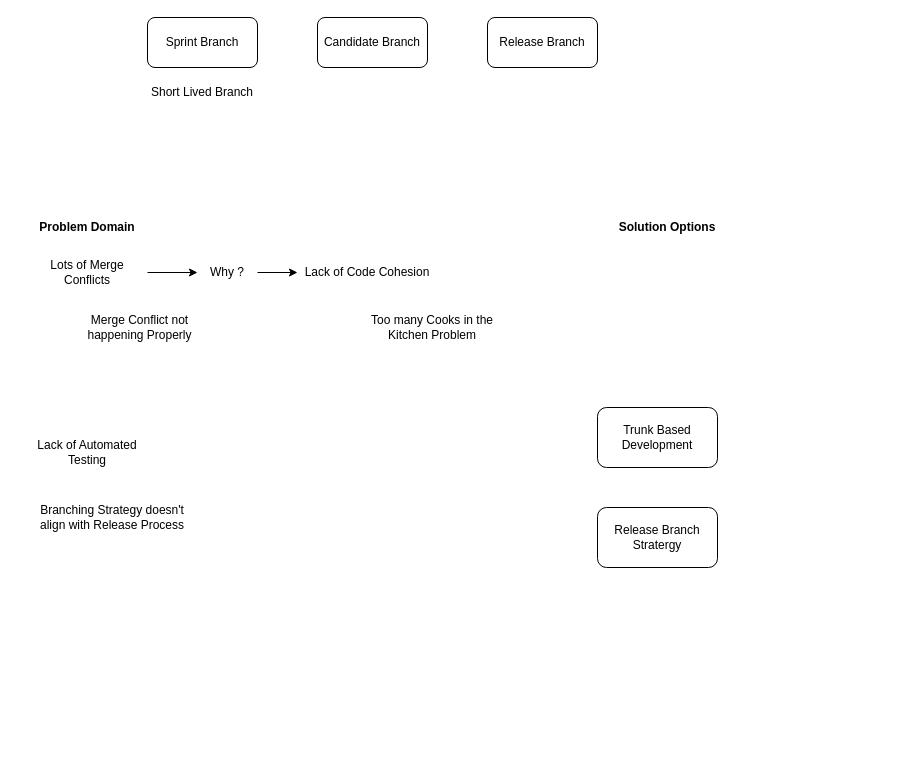
Earlier version of the draw.io diagram page "UI Branching" (5 of 5) of kroger.drawio (aayush-tuladhar-kr/drawio). Source tidied: cells renumbered, new cells numbered last; positions are measured from the earlier drawing's top-left corner, leaving out a move shared by most shapes. Both pictures are drawn from the tidied source at 100%, with x=0, y=0 at pixel (27, 17).
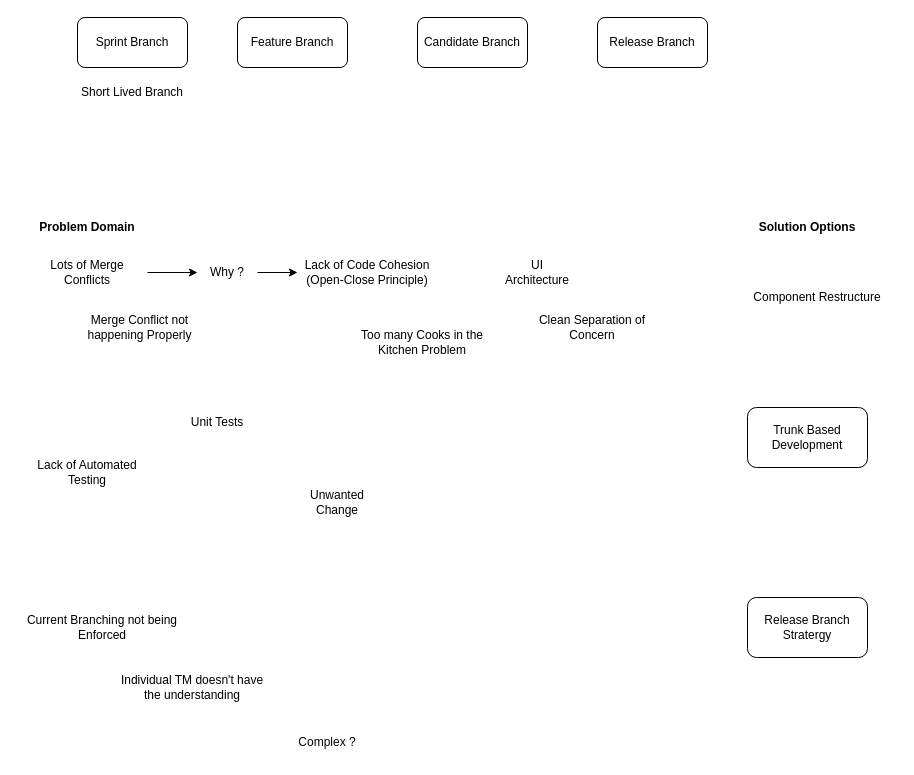
Above is the later version.

What changed in the source:
```diff
@@
     <mxCell id="2" value="Sprint Branch" style="rounded=1;whiteSpace=wrap;html=1;" parent="1" vertex="1">
-      <mxGeometry x="120" width="110" height="50" as="geometry" />
+      <mxGeometry x="50" width="110" height="50" as="geometry" />
     </mxCell>
@@
     <mxCell id="5" value="Release Branch" style="rounded=1;whiteSpace=wrap;html=1;" parent="1" vertex="1">
-      <mxGeometry x="460" width="110" height="50" as="geometry" />
+      <mxGeometry x="570" width="110" height="50" as="geometry" />
     </mxCell>
     <mxCell id="6" value="Candidate Branch" style="rounded=1;whiteSpace=wrap;html=1;" parent="1" vertex="1">
-      <mxGeometry x="290" width="110" height="50" as="geometry" />
+      <mxGeometry x="390" width="110" height="50" as="geometry" />
     </mxCell>
     <mxCell id="7" value="Short Lived Branch" style="text;html=1;align=center;verticalAlign=middle;whiteSpace=wrap;rounded=0;" parent="1" vertex="1">
-      <mxGeometry x="120" y="60" width="110" height="30" as="geometry" />
+      <mxGeometry x="50" y="60" width="110" height="30" as="geometry" />
     </mxCell>
     <mxCell id="8" value="Lack of Automated Testing" style="text;html=1;align=center;verticalAlign=middle;whiteSpace=wrap;rounded=0;" parent="1" vertex="1">
-      <mxGeometry y="420" width="120" height="30" as="geometry" />
+      <mxGeometry y="440" width="120" height="30" as="geometry" />
     </mxCell>
-    <mxCell id="9" value="Branching Strategy doesn't align with Release Process" style="text;html=1;align=center;verticalAlign=middle;whiteSpace=wrap;rounded=0;" parent="1" vertex="1">
-      <mxGeometry y="480" width="170" height="40" as="geometry" />
+    <mxCell id="9" value="Current Branching not being Enforced" style="text;html=1;align=center;verticalAlign=middle;whiteSpace=wrap;rounded=0;" parent="1" vertex="1">
+      <mxGeometry x="-10" y="590" width="170" height="40" as="geometry" />
     </mxCell>
     <mxCell id="10" value="Trunk Based Development" style="rounded=1;whiteSpace=wrap;html=1;" parent="1" vertex="1">
-      <mxGeometry x="570" y="390" width="120" height="60" as="geometry" />
+      <mxGeometry x="720" y="390" width="120" height="60" as="geometry" />
     </mxCell>
     <mxCell id="11" value="Release Branch Stratergy" style="rounded=1;whiteSpace=wrap;html=1;" parent="1" vertex="1">
-      <mxGeometry x="570" y="490" width="120" height="60" as="geometry" />
+      <mxGeometry x="720" y="580" width="120" height="60" as="geometry" />
     </mxCell>
@@
-    <mxCell id="14" value="Lack of Code Cohesion" style="text;html=1;align=center;verticalAlign=middle;whiteSpace=wrap;rounded=0;" parent="1" vertex="1">
+    <mxCell id="14" value="Lack of Code Cohesion&lt;br&gt;(Open-Close Principle)" style="text;html=1;align=center;verticalAlign=middle;whiteSpace=wrap;rounded=0;" parent="1" vertex="1">
       <mxGeometry x="270" y="240" width="140" height="30" as="geometry" />
     </mxCell>
@@
     <mxCell id="16" value="Solution Options" style="text;html=1;align=center;verticalAlign=middle;whiteSpace=wrap;rounded=0;fontStyle=1;" parent="1" vertex="1">
-      <mxGeometry x="580" y="200" width="120" height="20" as="geometry" />
+      <mxGeometry x="720" y="200" width="120" height="20" as="geometry" />
     </mxCell>
@@
     <mxCell id="18" value="Too many Cooks in the Kitchen Problem" style="text;html=1;align=center;verticalAlign=middle;whiteSpace=wrap;rounded=0;" parent="1" vertex="1">
-      <mxGeometry x="340" y="285" width="130" height="50" as="geometry" />
+      <mxGeometry x="330" y="300" width="130" height="50" as="geometry" />
     </mxCell>
+    <mxCell id="19" value="Unit Tests" style="text;html=1;align=center;verticalAlign=middle;whiteSpace=wrap;rounded=0;" parent="1" vertex="1">
+      <mxGeometry x="160" y="390" width="60" height="30" as="geometry" />
+    </mxCell>
+    <mxCell id="20" value="Unwanted Change" style="text;html=1;align=center;verticalAlign=middle;whiteSpace=wrap;rounded=0;" parent="1" vertex="1">
+      <mxGeometry x="280" y="470" width="60" height="30" as="geometry" />
+    </mxCell>
+    <mxCell id="21" value="Individual TM doesn't have the understanding" style="text;html=1;align=center;verticalAlign=middle;whiteSpace=wrap;rounded=0;" parent="1" vertex="1">
+      <mxGeometry x="90" y="660" width="150" height="20" as="geometry" />
+    </mxCell>
+    <mxCell id="22" value="Complex ?" style="text;html=1;align=center;verticalAlign=middle;whiteSpace=wrap;rounded=0;" parent="1" vertex="1">
+      <mxGeometry x="240" y="710" width="120" height="30" as="geometry" />
+    </mxCell>
+    <mxCell id="23" value="Feature Branch" style="rounded=1;whiteSpace=wrap;html=1;" parent="1" vertex="1">
+      <mxGeometry x="210" width="110" height="50" as="geometry" />
+    </mxCell>
+    <mxCell id="24" value="UI Architecture" style="text;html=1;align=center;verticalAlign=middle;whiteSpace=wrap;rounded=0;" parent="1" vertex="1">
+      <mxGeometry x="480" y="240" width="60" height="30" as="geometry" />
+    </mxCell>
+    <mxCell id="25" value="Clean Separation of Concern" style="text;html=1;align=center;verticalAlign=middle;whiteSpace=wrap;rounded=0;" parent="1" vertex="1">
+      <mxGeometry x="500" y="285" width="130" height="50" as="geometry" />
+    </mxCell>
+    <mxCell id="26" value="Component Restructure" style="text;html=1;align=center;verticalAlign=middle;whiteSpace=wrap;rounded=0;" parent="1" vertex="1">
+      <mxGeometry x="710" y="250" width="160" height="60" as="geometry" />
+    </mxCell>
+    <mxCell id="27" style="edgeStyle=orthogonalEdgeStyle;rounded=0;orthogonalLoop=1;jettySize=auto;html=1;exitX=0.5;exitY=1;exitDx=0;exitDy=0;" parent="1" edge="1" source="26" target="26">
+      <mxGeometry relative="1" as="geometry" />
+    </mxCell>
```
